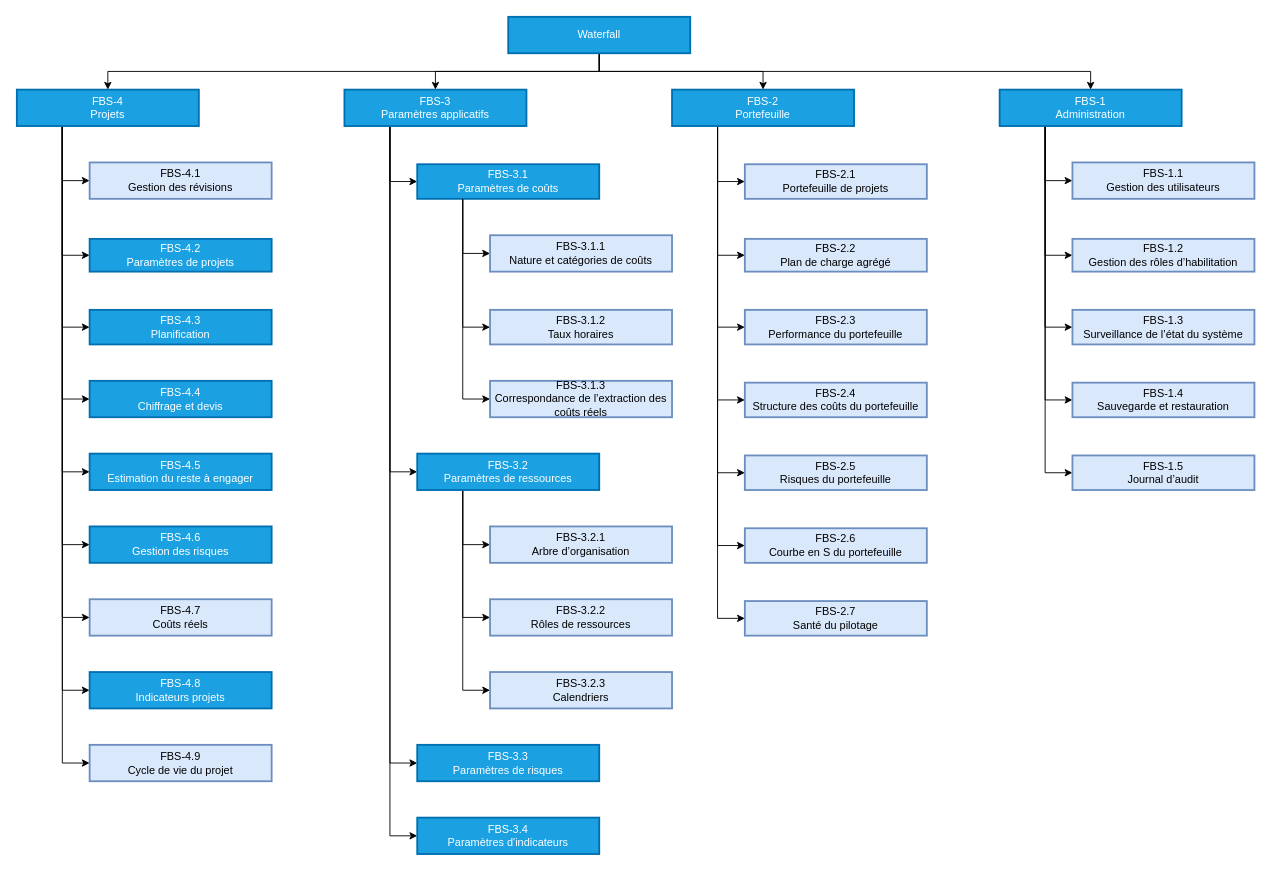
waterfall-project/wf-project keeps this draw.io diagram as page "FBS" (2 of 11) of docs/spec/waterfall.visuels.drawio. Above is the earlier version. Source tidied: cells renumbered, new cells numbered last; positions are measured from the earlier drawing's top-left corner, leaving out a move shared by most shapes. Both pictures are drawn from the tidied source at 91%, with x=0, y=0 at pixel (16, 16).
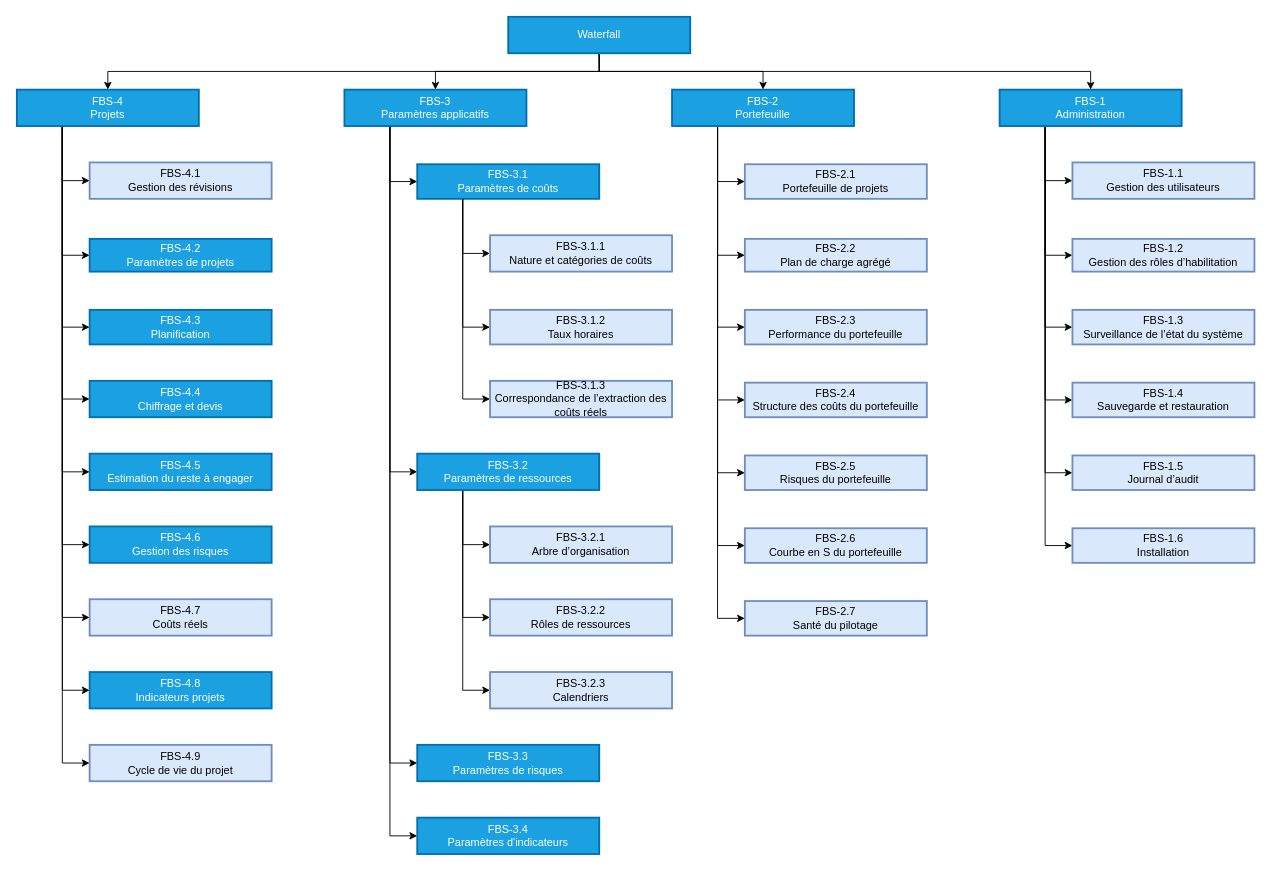
Above is the later version.

The change refers to these unchanged cells:
```xml
<mxCell id="12" value="FBS-1&#10;Administration" style="whiteSpace=wrap;strokeWidth=2;fillColor=#1ba1e2;fontColor=#ffffff;strokeColor=#006EAF;" parent="1" vertex="1">
  <mxGeometry x="1080" y="80" width="200" height="40" as="geometry" />
</mxCell>
```

Change to the diagram source:
```diff
@@
+    <mxCell id="73" style="edgeStyle=orthogonalEdgeStyle;rounded=0;jettySize=auto;html=1;exitX=0.25;exitY=1;exitDx=0;exitDy=0;entryX=0;entryY=0.5;entryDx=0;entryDy=0;" parent="1" edge="1" source="12" target="74">
+      <mxGeometry relative="1" as="geometry" />
+    </mxCell>
@@
+    <mxCell id="74" value="FBS-1.6&#10;Installation" style="whiteSpace=wrap;strokeWidth=2;fillColor=#dae8fc;strokeColor=#6c8ebf;" parent="1" vertex="1">
+      <mxGeometry x="1160" y="562" width="200" height="38" as="geometry" />
+    </mxCell>
```
